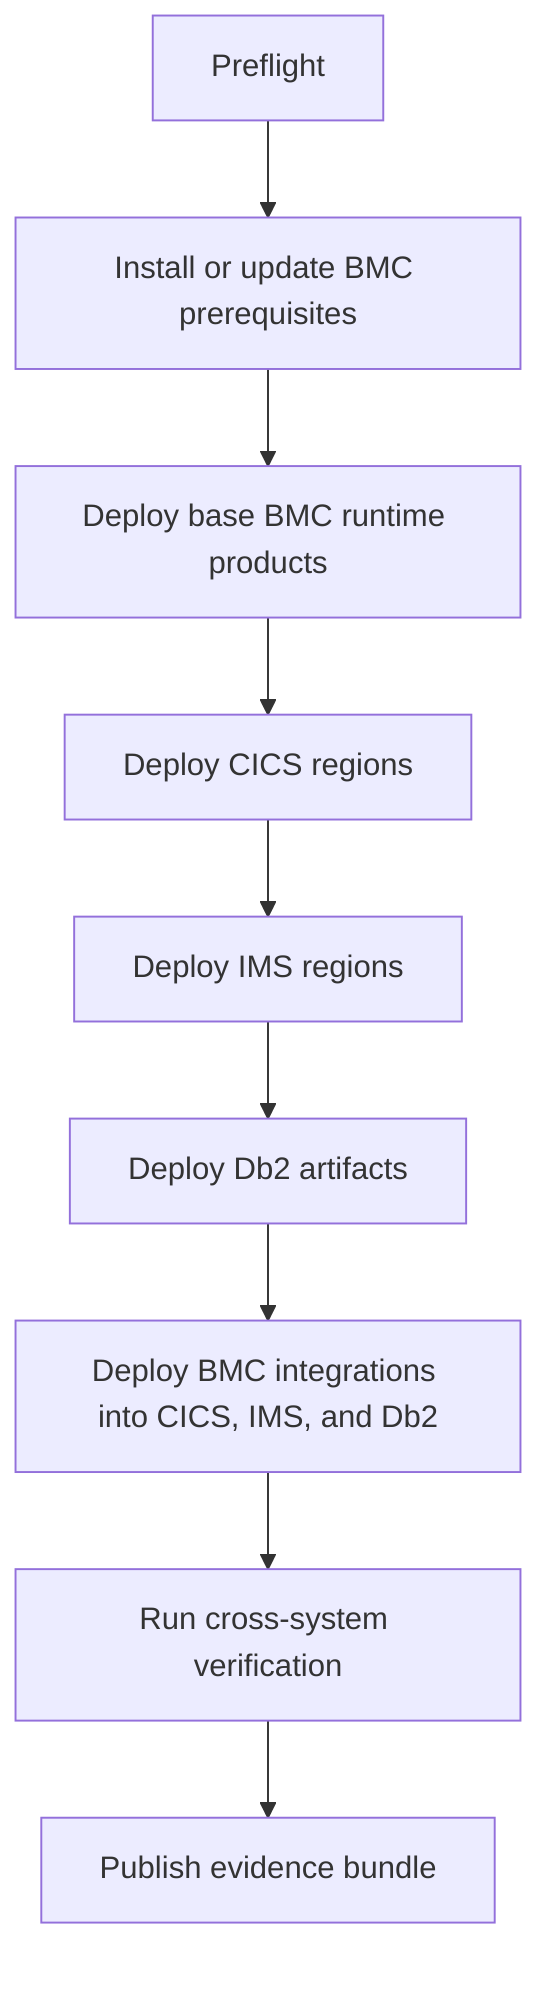
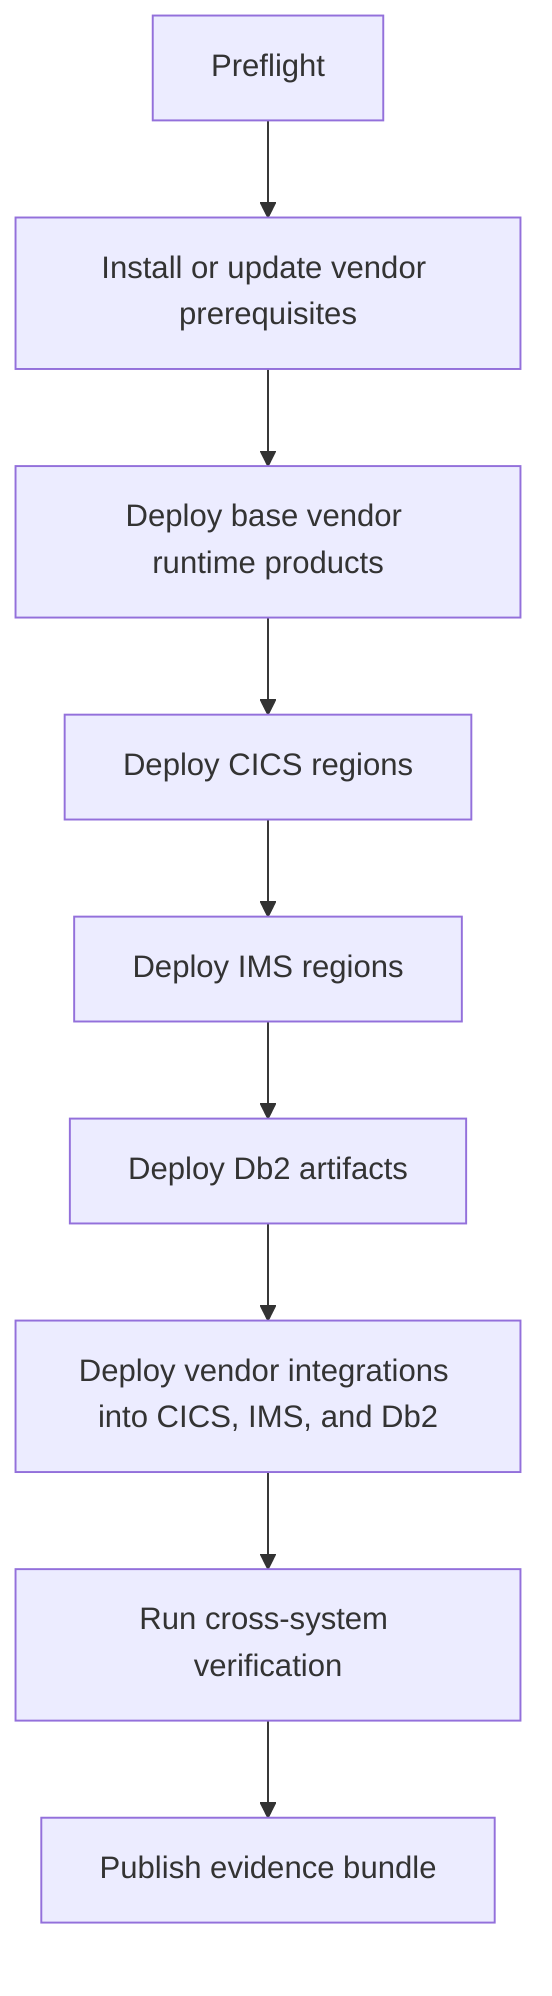
flowchart TD
-     A["Preflight"] --> B["Install or update BMC prerequisites"]
-     B --> C["Deploy base BMC runtime products"]
+     A["Preflight"] --> B["Install or update vendor prerequisites"]
+     B --> C["Deploy base vendor runtime products"]
    C --> D["Deploy CICS regions"]
    D --> E["Deploy IMS regions"]
    E --> F["Deploy Db2 artifacts"]
-     F --> G["Deploy BMC integrations into CICS, IMS, and Db2"]
+     F --> G["Deploy vendor integrations into CICS, IMS, and Db2"]
    G --> H["Run cross-system verification"]
    H --> I["Publish evidence bundle"]
